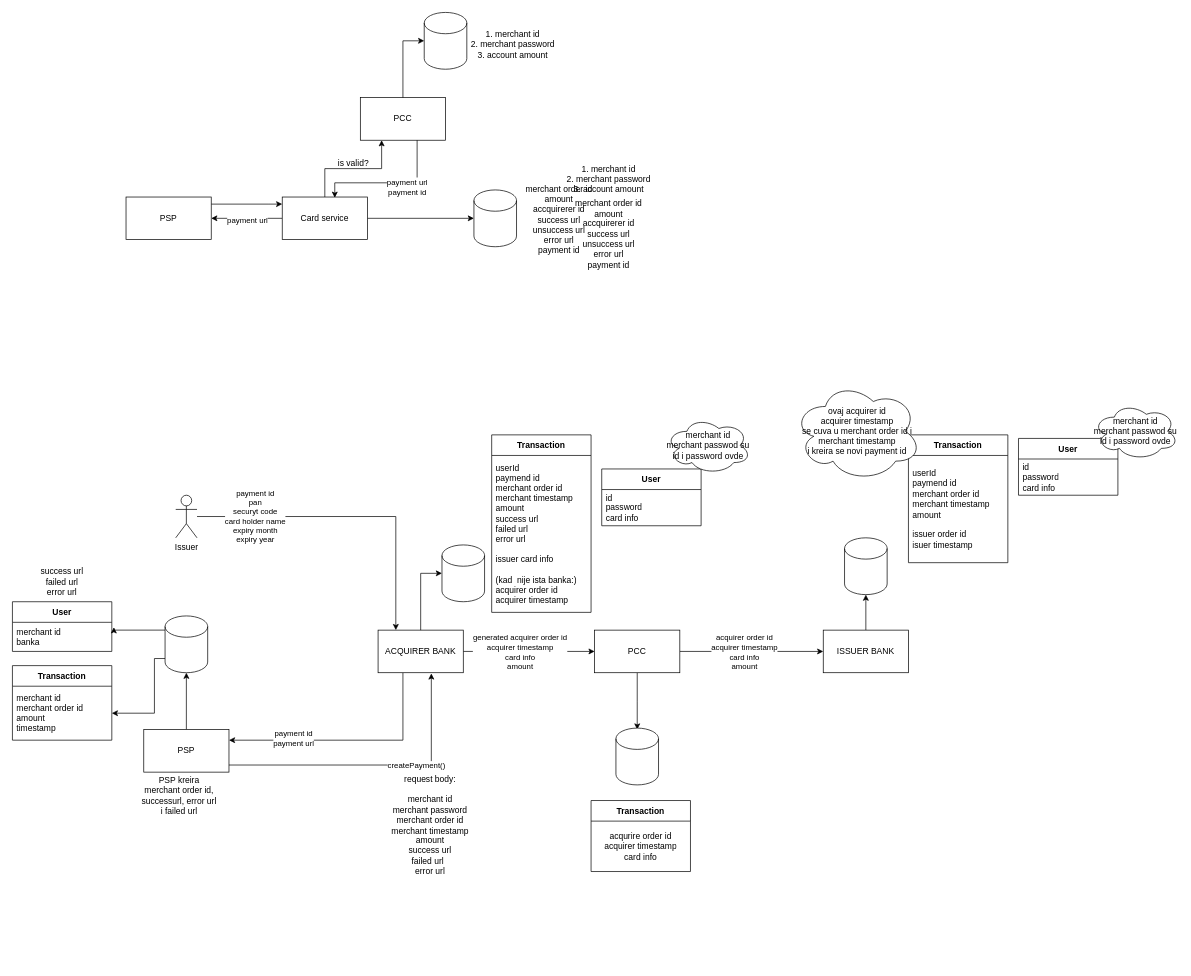
aleksandranedic/sep keeps this draw.io diagram as sep.drawio. Above is the earlier version. Source tidied: cells renumbered, new cells numbered last; positions are measured from the earlier drawing's top-left corner, leaving out a move shared by most shapes. Both pictures are drawn from the tidied source at 71%, with x=0, y=0 at pixel (12, 12).
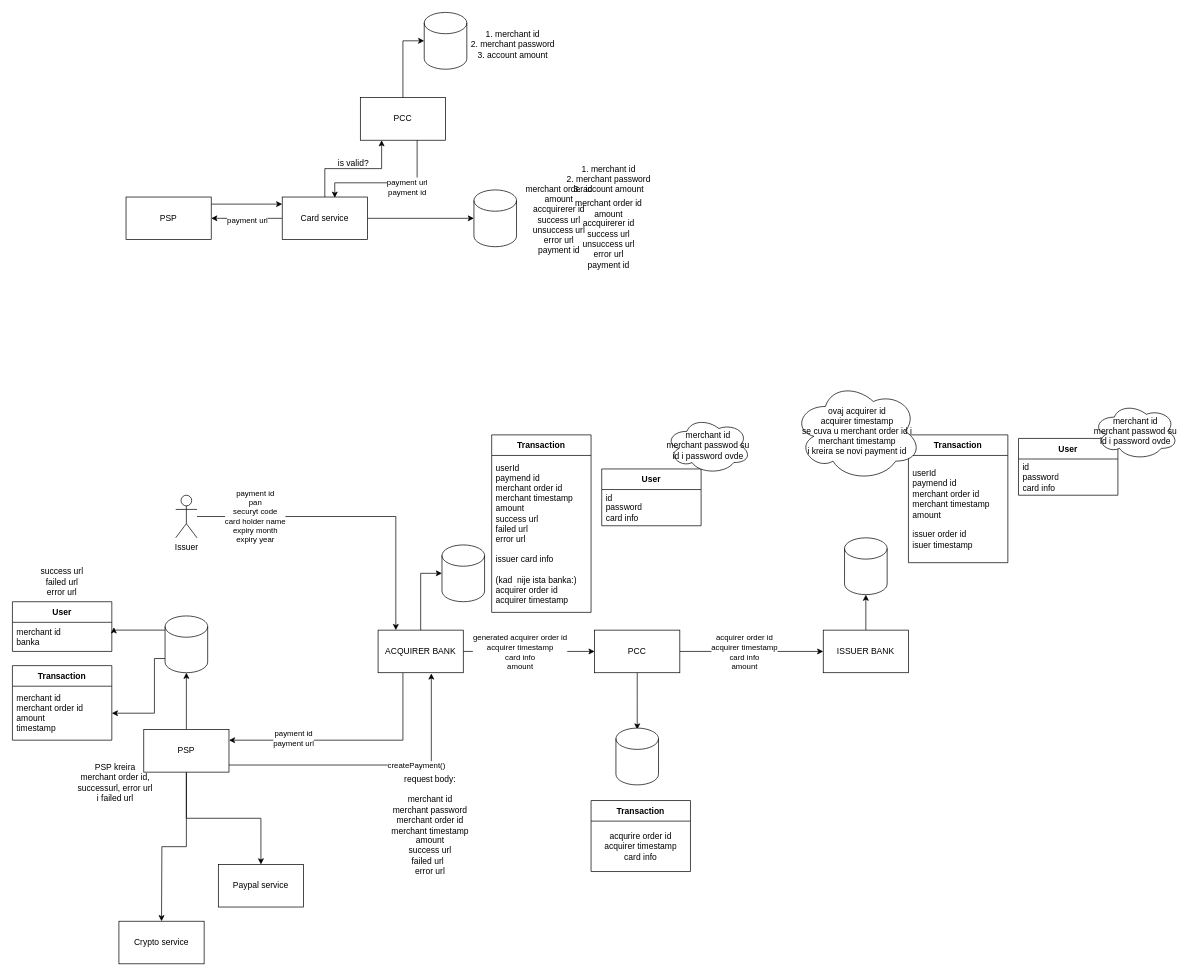
After the change.

Commit message:
Add services to diagram

The change refers to these unchanged cells:
```xml
<mxCell id="19" value="PSP" style="rounded=0;whiteSpace=wrap;html=1;" parent="1" vertex="1">
  <mxGeometry x="185" y="1010" width="120" height="60" as="geometry" />
</mxCell>
```

What changed in the source:
```diff
@@
+    <mxCell id="65" style="edgeStyle=orthogonalEdgeStyle;rounded=0;jettySize=auto;html=1;" parent="1" edge="1" source="19" target="67">
+      <mxGeometry relative="1" as="geometry" />
+    </mxCell>
+    <mxCell id="66" style="edgeStyle=orthogonalEdgeStyle;rounded=0;jettySize=auto;html=1;" parent="1" edge="1" source="19">
+      <mxGeometry relative="1" as="geometry">
+        <mxPoint x="210" y="1280" as="targetPoint" />
+      </mxGeometry>
+    </mxCell>
@@
     <mxCell id="50" value="PSP kreira merchant order id, successurl, error url i failed url" style="text;html=1;strokeColor=none;fillColor=none;align=center;verticalAlign=middle;whiteSpace=wrap;rounded=0;" parent="1" vertex="1">
-      <mxGeometry x="180" y="1088" width="110" height="30" as="geometry" />
+      <mxGeometry x="90" y="1070" width="110" height="30" as="geometry" />
     </mxCell>
@@
+    <mxCell id="67" value="Paypal service" style="rounded=0;whiteSpace=wrap;html=1;" parent="1" vertex="1">
+      <mxGeometry x="290" y="1200" width="120" height="60" as="geometry" />
+    </mxCell>
+    <mxCell id="68" value="Crypto service" style="rounded=0;whiteSpace=wrap;html=1;" parent="1" vertex="1">
+      <mxGeometry x="150" y="1280" width="120" height="60" as="geometry" />
+    </mxCell>
```
